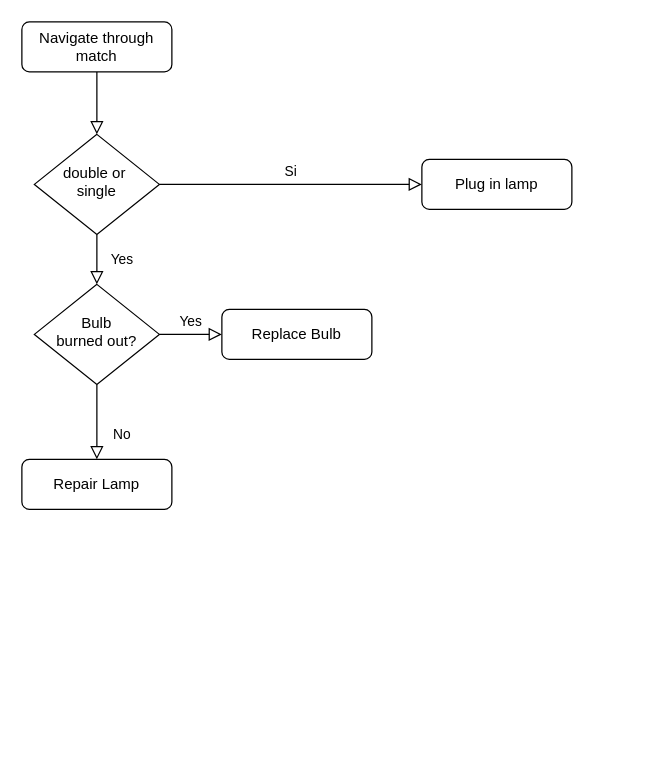
Before: Untitled Diagram.drawio in JorgeCastillo3004/sports_extraction, a draw.io diagram. Source tidied: cells renumbered, new cells numbered last; positions are measured from the earlier drawing's top-left corner, leaving out a move shared by most shapes. Both pictures are drawn from the tidied source at 125%, with x=0, y=0 at pixel (21, 21).
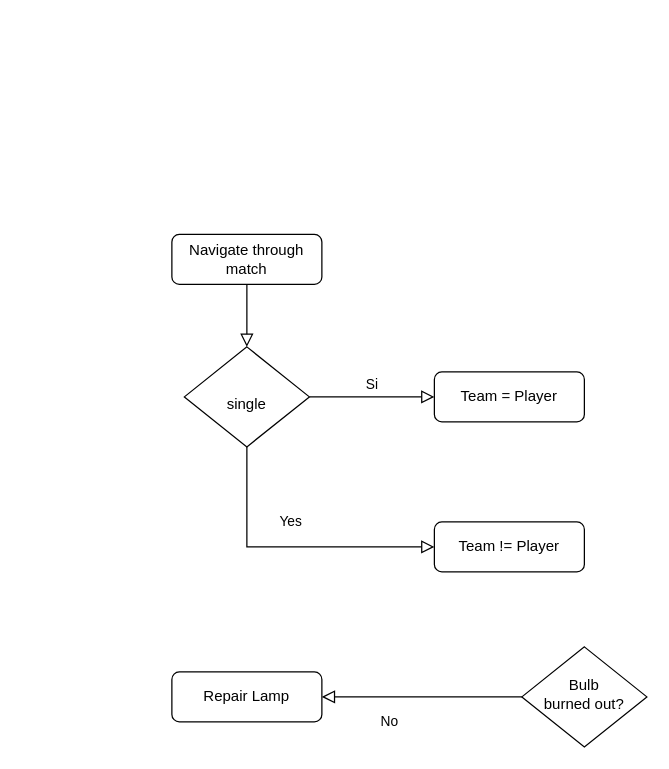
The same page after the edit.

Diff of the diagram source:
```diff
@@
 <mxGraphModel>
   <root>
     <mxCell id="0" />
     <mxCell id="1" parent="0" />
     <mxCell id="2" style="rounded=0;html=1;jettySize=auto;fontSize=11;endArrow=block;endFill=0;endSize=8;strokeWidth=1;shadow=0;labelBackgroundColor=none;edgeStyle=orthogonalEdgeStyle;" parent="1" edge="1" source="3" target="6">
       <mxGeometry relative="1" as="geometry" />
     </mxCell>
     <mxCell id="3" value="Navigate through match" style="rounded=1;whiteSpace=wrap;html=1;fontSize=12;glass=0;strokeWidth=1;shadow=0;" parent="1" vertex="1">
-      <mxGeometry width="120" height="40" as="geometry" />
+      <mxGeometry x="120" y="170" width="120" height="40" as="geometry" />
     </mxCell>
-    <mxCell id="4" value="Yes" style="rounded=0;html=1;jettySize=auto;fontSize=11;endArrow=block;endFill=0;endSize=8;strokeWidth=1;shadow=0;labelBackgroundColor=none;edgeStyle=orthogonalEdgeStyle;" parent="1" edge="1" source="6" target="10">
-      <mxGeometry y="20" relative="1" as="geometry" />
+    <mxCell id="4" value="Yes" style="rounded=0;html=1;jettySize=auto;fontSize=11;endArrow=block;endFill=0;endSize=8;strokeWidth=1;shadow=0;labelBackgroundColor=none;edgeStyle=orthogonalEdgeStyle;entryX=0;entryY=0.5;entryDx=0;entryDy=0;" parent="1" edge="1" source="6" target="12">
+      <mxGeometry y="20" relative="1" as="geometry">
+        <Array as="points">
+          <mxPoint x="180" y="420" />
+        </Array>
+      </mxGeometry>
     </mxCell>
     <mxCell id="5" value="Si" style="edgeStyle=orthogonalEdgeStyle;rounded=0;html=1;jettySize=auto;fontSize=11;endArrow=block;endFill=0;endSize=8;strokeWidth=1;shadow=0;labelBackgroundColor=none;" parent="1" edge="1" source="6" target="7">
       <mxGeometry y="10" relative="1" as="geometry" />
     </mxCell>
-    <mxCell id="6" value="&lt;div&gt;double or&amp;nbsp;&lt;/div&gt;&lt;div&gt;single&lt;/div&gt;" style="rhombus;whiteSpace=wrap;html=1;shadow=0;fontFamily=Helvetica;fontSize=12;align=center;strokeWidth=1;spacing=6;spacingTop=-4;" parent="1" vertex="1">
-      <mxGeometry x="10" y="90" width="100" height="80" as="geometry" />
+    <mxCell id="6" value="&lt;br&gt;&lt;div&gt;single&lt;/div&gt;" style="rhombus;whiteSpace=wrap;html=1;shadow=0;fontFamily=Helvetica;fontSize=12;align=center;strokeWidth=1;spacing=6;spacingTop=-4;" parent="1" vertex="1">
+      <mxGeometry x="130" y="260" width="100" height="80" as="geometry" />
     </mxCell>
-    <mxCell id="7" value="Plug in lamp" style="rounded=1;whiteSpace=wrap;html=1;fontSize=12;glass=0;strokeWidth=1;shadow=0;" parent="1" vertex="1">
-      <mxGeometry x="320" y="110" width="120" height="40" as="geometry" />
+    <mxCell id="7" value="Team = Player" style="rounded=1;whiteSpace=wrap;html=1;fontSize=12;glass=0;strokeWidth=1;shadow=0;" parent="1" vertex="1">
+      <mxGeometry x="330" y="280" width="120" height="40" as="geometry" />
     </mxCell>
     <mxCell id="8" value="No" style="rounded=0;html=1;jettySize=auto;fontSize=11;endArrow=block;endFill=0;endSize=8;strokeWidth=1;shadow=0;labelBackgroundColor=none;edgeStyle=orthogonalEdgeStyle;" parent="1" edge="1" source="10" target="11">
-      <mxGeometry x="0.33" y="20" relative="1" as="geometry" />
+      <mxGeometry x="0.33" y="20" relative="1" as="geometry">
+        <Array as="points">
+          <mxPoint x="360" y="540" />
+        </Array>
+      </mxGeometry>
     </mxCell>
-    <mxCell id="9" value="Yes" style="edgeStyle=orthogonalEdgeStyle;rounded=0;html=1;jettySize=auto;fontSize=11;endArrow=block;endFill=0;endSize=8;strokeWidth=1;shadow=0;labelBackgroundColor=none;" parent="1" edge="1" source="10" target="12">
-      <mxGeometry y="10" relative="1" as="geometry" />
-    </mxCell>
     <mxCell id="10" value="Bulb&lt;br&gt;burned out?" style="rhombus;whiteSpace=wrap;html=1;shadow=0;fontFamily=Helvetica;fontSize=12;align=center;strokeWidth=1;spacing=6;spacingTop=-4;" parent="1" vertex="1">
-      <mxGeometry x="10" y="210" width="100" height="80" as="geometry" />
+      <mxGeometry x="400" y="500" width="100" height="80" as="geometry" />
     </mxCell>
     <mxCell id="11" value="Repair Lamp" style="rounded=1;whiteSpace=wrap;html=1;fontSize=12;glass=0;strokeWidth=1;shadow=0;" parent="1" vertex="1">
-      <mxGeometry y="350" width="120" height="40" as="geometry" />
+      <mxGeometry x="120" y="520" width="120" height="40" as="geometry" />
     </mxCell>
-    <mxCell id="12" value="Replace Bulb" style="rounded=1;whiteSpace=wrap;html=1;fontSize=12;glass=0;strokeWidth=1;shadow=0;" parent="1" vertex="1">
-      <mxGeometry x="160" y="230" width="120" height="40" as="geometry" />
+    <mxCell id="12" value="Team != Player" style="rounded=1;whiteSpace=wrap;html=1;fontSize=12;glass=0;strokeWidth=1;shadow=0;" parent="1" vertex="1">
+      <mxGeometry x="330" y="400" width="120" height="40" as="geometry" />
     </mxCell>
   </root>
 </mxGraphModel>
```
